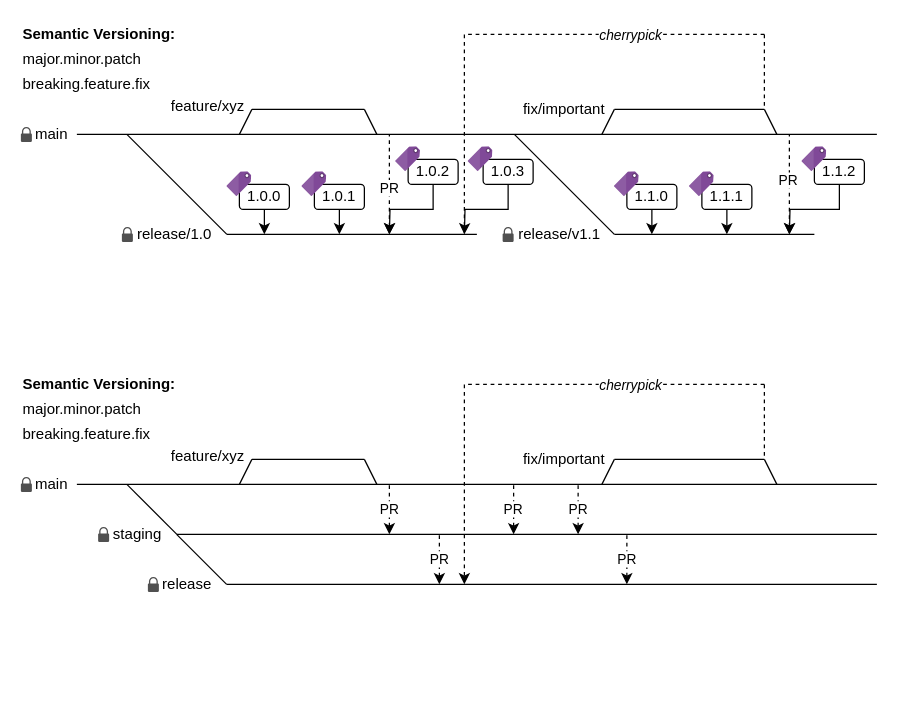
wemogy/documentation keeps this draw.io diagram as drawings/branching.drawio. Above is the earlier version. Source tidied: cells renumbered, new cells numbered last; positions are measured from the earlier drawing's top-left corner, leaving out a move shared by most shapes. Both pictures are drawn from the tidied source at 125%, with x=0, y=0 at pixel (20, 21).
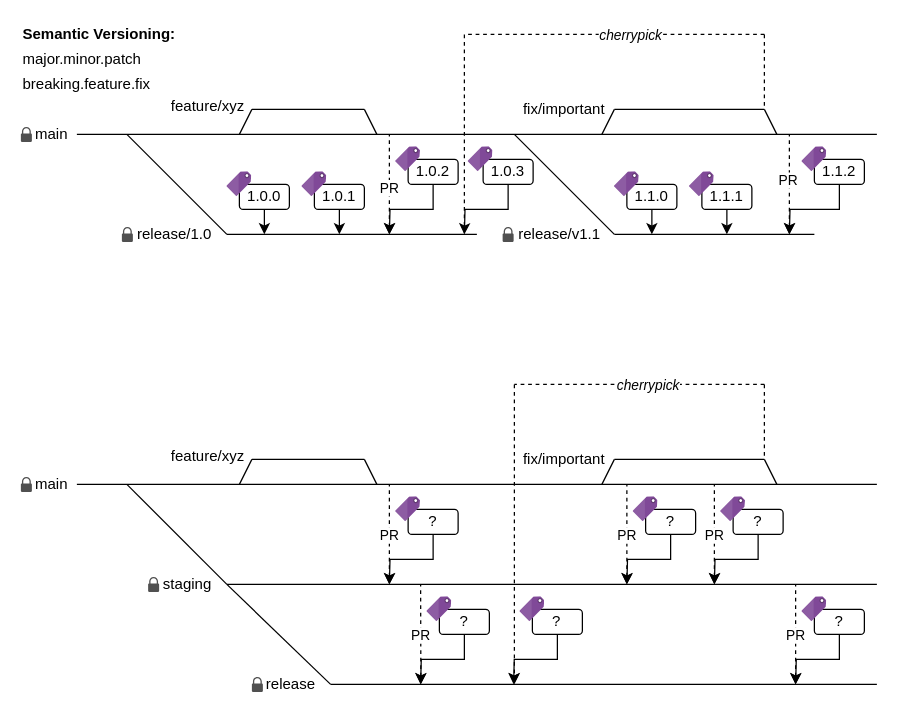
The same page after the edit.

Change to the diagram source:
```diff
@@
     <mxCell id="55" style="endArrow=none;html=1;" parent="1" edge="1">
       <mxGeometry relative="1" as="geometry">
         <mxPoint x="85" y="370" as="sourcePoint" />
-        <mxPoint x="125" y="410" as="targetPoint" />
+        <mxPoint x="165" y="450" as="targetPoint" />
       </mxGeometry>
     </mxCell>
     <mxCell id="56" style="endArrow=none;html=1;" parent="1" edge="1">
       <mxGeometry relative="1" as="geometry">
-        <mxPoint x="125" y="410" as="sourcePoint" />
-        <mxPoint x="685" y="410" as="targetPoint" />
+        <mxPoint x="165" y="450" as="sourcePoint" />
+        <mxPoint x="685" y="450" as="targetPoint" />
       </mxGeometry>
     </mxCell>
     <mxCell id="57" value="staging" style="text;html=1;strokeColor=none;fillColor=none;align=right;verticalAlign=middle;whiteSpace=wrap;rounded=0;" parent="1" vertex="1">
-      <mxGeometry x="75" y="400" width="40" height="20" as="geometry" />
+      <mxGeometry x="115" y="440" width="40" height="20" as="geometry" />
     </mxCell>
-    <mxCell id="58" value="major.minor.patch" style="text;html=1;strokeColor=none;fillColor=none;align=left;verticalAlign=middle;whiteSpace=wrap;rounded=0;" parent="1" vertex="1">
-      <mxGeometry x="0.2" y="300" width="120" height="20" as="geometry" />
-    </mxCell>
-    <mxCell id="59" value="breaking.feature.fix" style="text;html=1;strokeColor=none;fillColor=none;align=left;verticalAlign=middle;whiteSpace=wrap;rounded=0;" parent="1" vertex="1">
-      <mxGeometry x="0.2" y="320" width="120" height="20" as="geometry" />
-    </mxCell>
@@
     <mxCell id="64" style="endArrow=none;dashed=1;html=1;strokeWidth=1;startArrow=classic;startFill=1;" parent="1" edge="1">
       <mxGeometry relative="1" as="geometry">
-        <mxPoint x="295" y="410" as="sourcePoint" />
+        <mxPoint x="295" y="450" as="sourcePoint" />
         <mxPoint x="295" y="370" as="targetPoint" />
       </mxGeometry>
     </mxCell>
@@
     <mxCell id="71" style="endArrow=none;dashed=1;html=1;strokeWidth=1;" parent="1" edge="1">
       <mxGeometry relative="1" as="geometry">
         <mxPoint x="595" y="290" as="sourcePoint" />
-        <mxPoint x="355" y="290" as="targetPoint" />
+        <mxPoint x="395" y="290" as="targetPoint" />
       </mxGeometry>
     </mxCell>
@@
     <mxCell id="73" style="endArrow=classic;dashed=1;html=1;strokeWidth=1;endFill=1;" parent="1" edge="1">
       <mxGeometry relative="1" as="geometry">
-        <mxPoint x="355" y="290" as="sourcePoint" />
-        <mxPoint x="355" y="450" as="targetPoint" />
+        <mxPoint x="395" y="290" as="sourcePoint" />
+        <mxPoint x="395" y="530" as="targetPoint" />
       </mxGeometry>
     </mxCell>
     <mxCell id="74" style="shadow=0;dashed=0;html=1;strokeColor=none;fillColor=#505050;labelPosition=center;verticalLabelPosition=bottom;verticalAlign=top;align=center;shape=mxgraph.office.security.lock_protected;" parent="1" vertex="1">
-      <mxGeometry x="62" y="404" width="8.8" height="12" as="geometry" />
+      <mxGeometry x="102" y="444" width="8.8" height="12" as="geometry" />
     </mxCell>
@@
-    <mxCell id="76" value="&lt;b&gt;Semantic Versioning:&lt;/b&gt;" style="text;html=1;strokeColor=none;fillColor=none;align=left;verticalAlign=middle;whiteSpace=wrap;rounded=0;" parent="1" vertex="1">
-      <mxGeometry x="0.2" y="280" width="130" height="20" as="geometry" />
-    </mxCell>
     <mxCell id="77" style="endArrow=none;html=1;" parent="1" edge="1">
       <mxGeometry relative="1" as="geometry">
-        <mxPoint x="124.8" y="410" as="sourcePoint" />
-        <mxPoint x="164.8" y="450" as="targetPoint" />
+        <mxPoint x="165" y="450" as="sourcePoint" />
+        <mxPoint x="248" y="530" as="targetPoint" />
       </mxGeometry>
     </mxCell>
     <mxCell id="78" style="endArrow=none;html=1;" parent="1" edge="1">
       <mxGeometry relative="1" as="geometry">
-        <mxPoint x="164.8" y="450" as="sourcePoint" />
-        <mxPoint x="685" y="450" as="targetPoint" />
+        <mxPoint x="248" y="530" as="sourcePoint" />
+        <mxPoint x="685" y="530" as="targetPoint" />
       </mxGeometry>
     </mxCell>
     <mxCell id="79" value="release" style="text;html=1;strokeColor=none;fillColor=none;align=right;verticalAlign=middle;whiteSpace=wrap;rounded=0;" parent="1" vertex="1">
-      <mxGeometry x="114.8" y="440" width="40" height="20" as="geometry" />
+      <mxGeometry x="198" y="520" width="40" height="20" as="geometry" />
     </mxCell>
     <mxCell id="80" style="shadow=0;dashed=0;html=1;strokeColor=none;fillColor=#505050;labelPosition=center;verticalLabelPosition=bottom;verticalAlign=top;align=center;shape=mxgraph.office.security.lock_protected;" parent="1" vertex="1">
-      <mxGeometry x="101.8" y="444" width="8.8" height="12" as="geometry" />
+      <mxGeometry x="185" y="524" width="8.8" height="12" as="geometry" />
     </mxCell>
     <mxCell id="81" style="endArrow=none;dashed=1;html=1;strokeWidth=1;startArrow=classic;startFill=1;" parent="1" edge="1">
       <mxGeometry relative="1" as="geometry">
-        <mxPoint x="335" y="450" as="sourcePoint" />
-        <mxPoint x="335" y="410" as="targetPoint" />
+        <mxPoint x="320.2" y="530" as="sourcePoint" />
+        <mxPoint x="320" y="450" as="targetPoint" />
       </mxGeometry>
     </mxCell>
@@
     <mxCell id="83" style="endArrow=none;dashed=1;html=1;strokeWidth=1;startArrow=classic;startFill=1;" parent="1" edge="1">
       <mxGeometry relative="1" as="geometry">
-        <mxPoint x="394.4" y="410" as="sourcePoint" />
-        <mxPoint x="394.4" y="370" as="targetPoint" />
+        <mxPoint x="485" y="450" as="sourcePoint" />
+        <mxPoint x="485" y="370" as="targetPoint" />
       </mxGeometry>
     </mxCell>
@@
     <mxCell id="85" style="endArrow=none;dashed=1;html=1;strokeWidth=1;startArrow=classic;startFill=1;" parent="1" edge="1">
       <mxGeometry relative="1" as="geometry">
-        <mxPoint x="485" y="450" as="sourcePoint" />
-        <mxPoint x="485" y="410" as="targetPoint" />
+        <mxPoint x="620" y="530" as="sourcePoint" />
+        <mxPoint x="620" y="450" as="targetPoint" />
       </mxGeometry>
     </mxCell>
@@
     <mxCell id="87" style="endArrow=none;dashed=1;html=1;strokeWidth=1;startArrow=classic;startFill=1;" parent="1" edge="1">
       <mxGeometry relative="1" as="geometry">
-        <mxPoint x="446" y="410" as="sourcePoint" />
-        <mxPoint x="446" y="370" as="targetPoint" />
+        <mxPoint x="555" y="450" as="sourcePoint" />
+        <mxPoint x="555" y="370" as="targetPoint" />
       </mxGeometry>
     </mxCell>
@@
+    <mxCell id="89" style="edgeStyle=orthogonalEdgeStyle;rounded=0;jettySize=auto;html=1;exitX=0.5;exitY=1;exitDx=0;exitDy=0;startArrow=none;startFill=0;endArrow=classic;endFill=1;strokeWidth=1;" parent="1" edge="1" source="90">
+      <mxGeometry relative="1" as="geometry">
+        <mxPoint x="295" y="450" as="targetPoint" />
+      </mxGeometry>
+    </mxCell>
+    <mxCell id="90" value="?" style="rounded=1;whiteSpace=wrap;html=1;" parent="1" vertex="1">
+      <mxGeometry x="310" y="390" width="40" height="20" as="geometry" />
+    </mxCell>
+    <mxCell id="91" style="html=1;align=center;image;fontSize=12;image=img/lib/mscae/Tag.svg;" parent="1" vertex="1">
+      <mxGeometry x="300" y="380" width="20" height="20" as="geometry" />
+    </mxCell>
+    <mxCell id="92" style="edgeStyle=orthogonalEdgeStyle;rounded=0;jettySize=auto;html=1;exitX=0.5;exitY=1;exitDx=0;exitDy=0;startArrow=none;startFill=0;endArrow=classic;endFill=1;strokeWidth=1;" parent="1" edge="1" source="93">
+      <mxGeometry relative="1" as="geometry">
+        <mxPoint x="320" y="530" as="targetPoint" />
+      </mxGeometry>
+    </mxCell>
+    <mxCell id="93" value="?" style="rounded=1;whiteSpace=wrap;html=1;" parent="1" vertex="1">
+      <mxGeometry x="335" y="470" width="40" height="20" as="geometry" />
+    </mxCell>
+    <mxCell id="94" style="html=1;align=center;image;fontSize=12;image=img/lib/mscae/Tag.svg;" parent="1" vertex="1">
+      <mxGeometry x="325" y="460" width="20" height="20" as="geometry" />
+    </mxCell>
+    <mxCell id="95" style="edgeStyle=orthogonalEdgeStyle;rounded=0;jettySize=auto;html=1;exitX=0.5;exitY=1;exitDx=0;exitDy=0;startArrow=none;startFill=0;endArrow=classic;endFill=1;strokeWidth=1;" parent="1" edge="1" source="96">
+      <mxGeometry relative="1" as="geometry">
+        <mxPoint x="394.4" y="530" as="targetPoint" />
+      </mxGeometry>
+    </mxCell>
+    <mxCell id="96" value="?" style="rounded=1;whiteSpace=wrap;html=1;" parent="1" vertex="1">
+      <mxGeometry x="409.4" y="470" width="40" height="20" as="geometry" />
+    </mxCell>
+    <mxCell id="97" style="html=1;align=center;image;fontSize=12;image=img/lib/mscae/Tag.svg;" parent="1" vertex="1">
+      <mxGeometry x="399.4" y="460" width="20" height="20" as="geometry" />
+    </mxCell>
+    <mxCell id="98" style="edgeStyle=orthogonalEdgeStyle;rounded=0;jettySize=auto;html=1;exitX=0.5;exitY=1;exitDx=0;exitDy=0;startArrow=none;startFill=0;endArrow=classic;endFill=1;strokeWidth=1;" parent="1" edge="1" source="99">
+      <mxGeometry relative="1" as="geometry">
+        <mxPoint x="485" y="450" as="targetPoint" />
+      </mxGeometry>
+    </mxCell>
+    <mxCell id="99" value="?" style="rounded=1;whiteSpace=wrap;html=1;" parent="1" vertex="1">
+      <mxGeometry x="500" y="390" width="40" height="20" as="geometry" />
+    </mxCell>
+    <mxCell id="100" style="html=1;align=center;image;fontSize=12;image=img/lib/mscae/Tag.svg;" parent="1" vertex="1">
+      <mxGeometry x="490" y="380" width="20" height="20" as="geometry" />
+    </mxCell>
+    <mxCell id="101" style="edgeStyle=orthogonalEdgeStyle;rounded=0;jettySize=auto;html=1;exitX=0.5;exitY=1;exitDx=0;exitDy=0;startArrow=none;startFill=0;endArrow=classic;endFill=1;strokeWidth=1;" parent="1" edge="1" source="102">
+      <mxGeometry relative="1" as="geometry">
+        <mxPoint x="555" y="450" as="targetPoint" />
+      </mxGeometry>
+    </mxCell>
+    <mxCell id="102" value="?" style="rounded=1;whiteSpace=wrap;html=1;" parent="1" vertex="1">
+      <mxGeometry x="570" y="390" width="40" height="20" as="geometry" />
+    </mxCell>
+    <mxCell id="103" style="html=1;align=center;image;fontSize=12;image=img/lib/mscae/Tag.svg;" parent="1" vertex="1">
+      <mxGeometry x="560" y="380" width="20" height="20" as="geometry" />
+    </mxCell>
+    <mxCell id="104" style="edgeStyle=orthogonalEdgeStyle;rounded=0;jettySize=auto;html=1;exitX=0.5;exitY=1;exitDx=0;exitDy=0;startArrow=none;startFill=0;endArrow=classic;endFill=1;strokeWidth=1;" parent="1" edge="1" source="105">
+      <mxGeometry relative="1" as="geometry">
+        <mxPoint x="620" y="530" as="targetPoint" />
+      </mxGeometry>
+    </mxCell>
+    <mxCell id="105" value="?" style="rounded=1;whiteSpace=wrap;html=1;" parent="1" vertex="1">
+      <mxGeometry x="635" y="470" width="40" height="20" as="geometry" />
+    </mxCell>
+    <mxCell id="106" style="html=1;align=center;image;fontSize=12;image=img/lib/mscae/Tag.svg;" parent="1" vertex="1">
+      <mxGeometry x="625" y="460" width="20" height="20" as="geometry" />
+    </mxCell>
```
